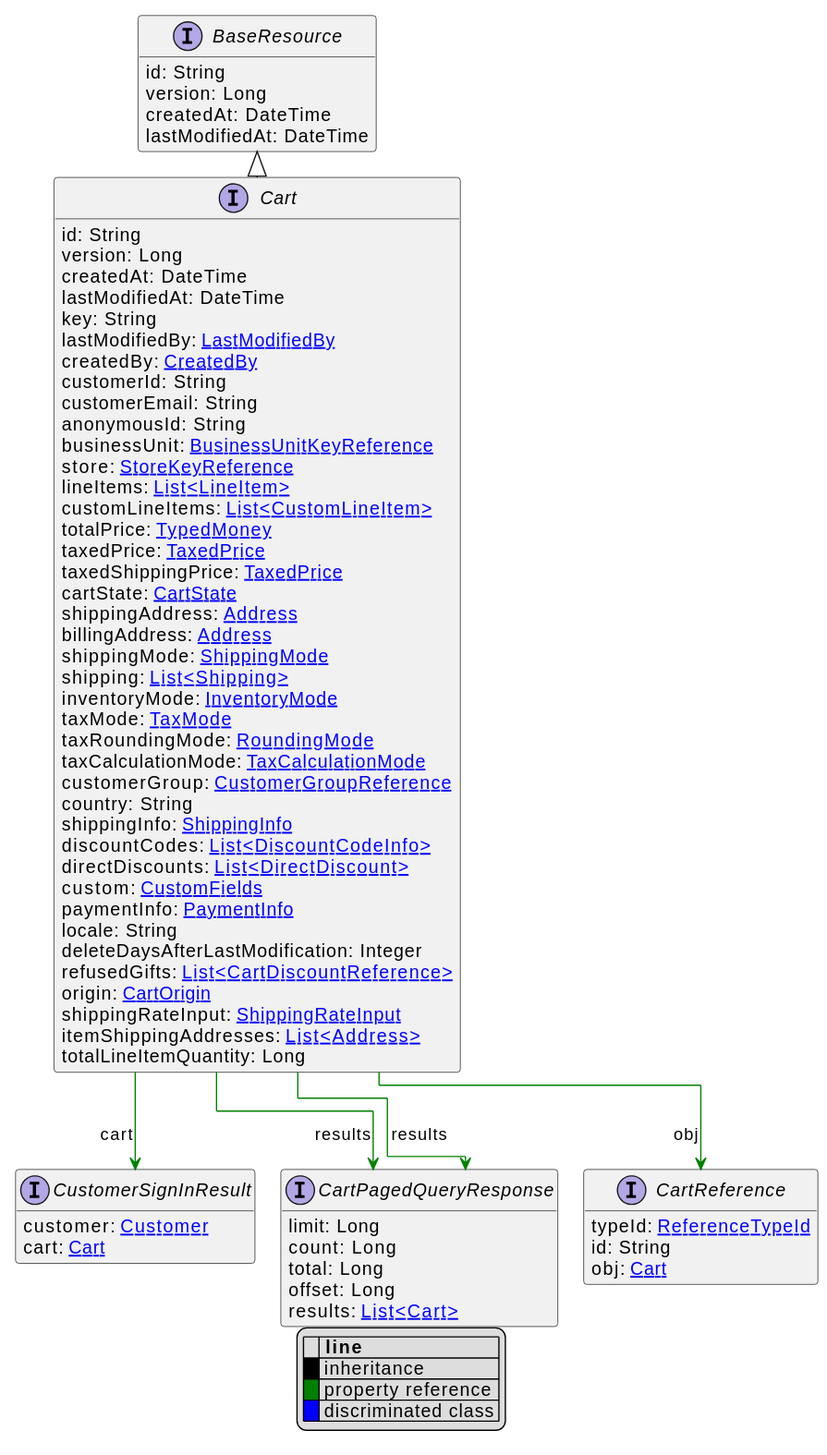
The PlantUML diagram uml/api/svg/Cart.svg in commercetools/commercetools-api-reference, before a commit. Source of this version:
```plantuml
@startuml
!pragma layout elk
hide empty fields
hide empty methods
legend
|= |= line |
|<back:black>   </back>| inheritance |
|<back:green>   </back>| property reference |
|<back:blue>   </back>| discriminated class |
endlegend
interface Cart [[Cart.svg]] extends BaseResource {
    id: String
    version: Long
    createdAt: DateTime
    lastModifiedAt: DateTime
    key: String
    lastModifiedBy: [[LastModifiedBy.svg LastModifiedBy]]
    createdBy: [[CreatedBy.svg CreatedBy]]
    customerId: String
    customerEmail: String
    anonymousId: String
    businessUnit: [[BusinessUnitKeyReference.svg BusinessUnitKeyReference]]
    store: [[StoreKeyReference.svg StoreKeyReference]]
    lineItems: [[LineItem.svg List<LineItem>]]
    customLineItems: [[CustomLineItem.svg List<CustomLineItem>]]
    totalPrice: [[TypedMoney.svg TypedMoney]]
    taxedPrice: [[TaxedPrice.svg TaxedPrice]]
    taxedShippingPrice: [[TaxedPrice.svg TaxedPrice]]
    cartState: [[CartState.svg CartState]]
    shippingAddress: [[Address.svg Address]]
    billingAddress: [[Address.svg Address]]
    shippingMode: [[ShippingMode.svg ShippingMode]]
    shipping: [[Shipping.svg List<Shipping>]]
    inventoryMode: [[InventoryMode.svg InventoryMode]]
    taxMode: [[TaxMode.svg TaxMode]]
    taxRoundingMode: [[RoundingMode.svg RoundingMode]]
    taxCalculationMode: [[TaxCalculationMode.svg TaxCalculationMode]]
    customerGroup: [[CustomerGroupReference.svg CustomerGroupReference]]
    country: String
    shippingInfo: [[ShippingInfo.svg ShippingInfo]]
    discountCodes: [[DiscountCodeInfo.svg List<DiscountCodeInfo>]]
    directDiscounts: [[DirectDiscount.svg List<DirectDiscount>]]
    custom: [[CustomFields.svg CustomFields]]
    paymentInfo: [[PaymentInfo.svg PaymentInfo]]
    locale: String
    deleteDaysAfterLastModification: Integer
    refusedGifts: [[CartDiscountReference.svg List<CartDiscountReference>]]
    origin: [[CartOrigin.svg CartOrigin]]
    shippingRateInput: [[ShippingRateInput.svg ShippingRateInput]]
    itemShippingAddresses: [[Address.svg List<Address>]]
    totalLineItemQuantity: Long
}
interface BaseResource [[BaseResource.svg]]  {
    id: String
    version: Long
    createdAt: DateTime
    lastModifiedAt: DateTime
}


interface CartPagedQueryResponse [[CartPagedQueryResponse.svg]]  {
    limit: Long
    count: Long
    total: Long
    offset: Long
    results: [[Cart.svg List<Cart>]]
}
interface CartReference [[CartReference.svg]]  {
    typeId: [[ReferenceTypeId.svg ReferenceTypeId]]
    id: String
    obj: [[Cart.svg Cart]]
}
interface CustomerSignInResult [[CustomerSignInResult.svg]]  {
    customer: [[Customer.svg Customer]]
    cart: [[Cart.svg Cart]]
}

Cart --> CartPagedQueryResponse #green;text:green : "results"
Cart --> CartPagedQueryResponse #green;text:green : "results"
Cart --> CartReference #green;text:green : "obj"
Cart --> CustomerSignInResult #green;text:green : "cart"
@enduml
```
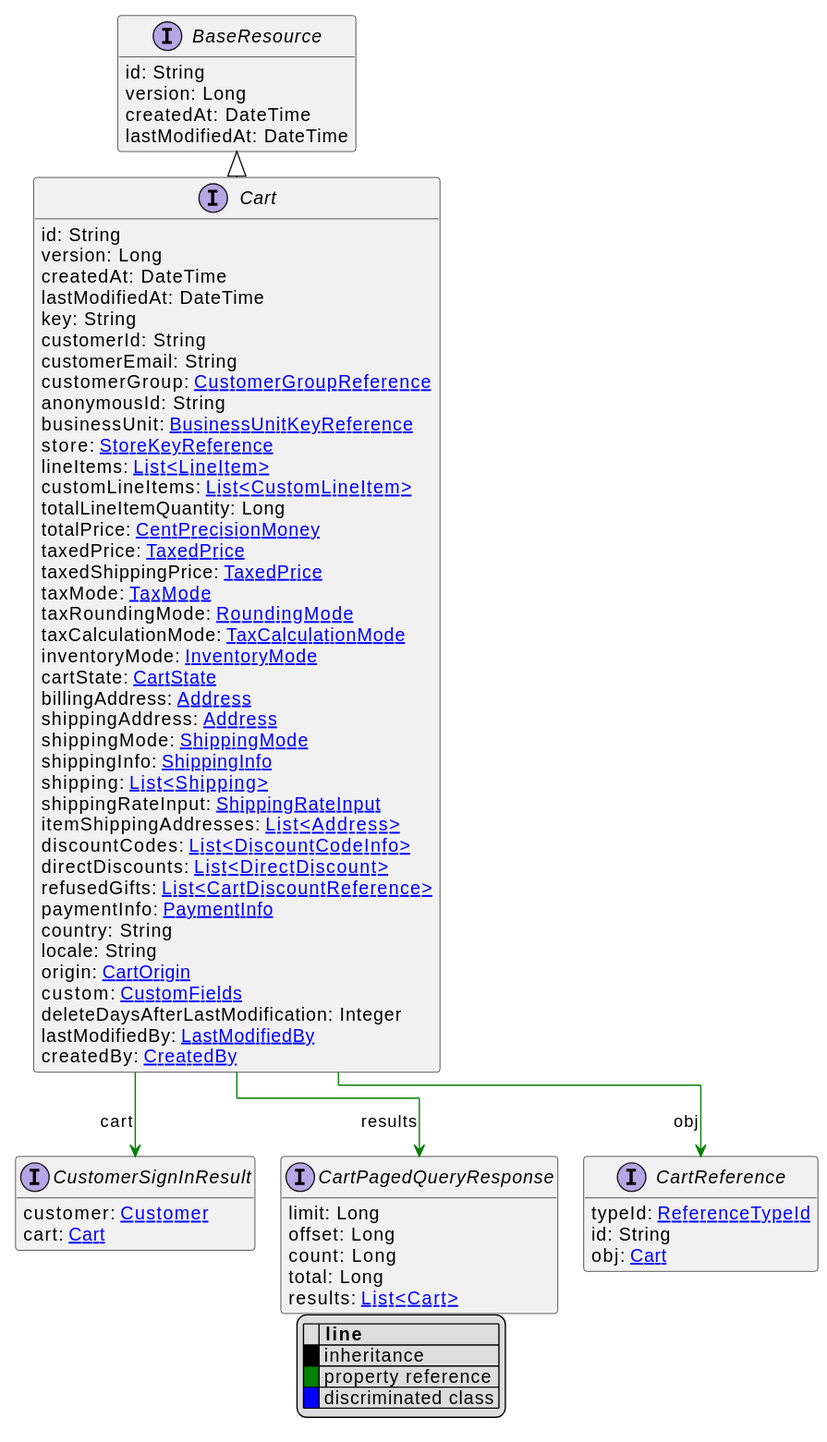
The same file after the commit.

Diff of the diagram source:
```diff
@@ -14,41 +14,41 @@
     createdAt: DateTime
     lastModifiedAt: DateTime
     key: String
-    lastModifiedBy: [[LastModifiedBy.svg LastModifiedBy]]
-    createdBy: [[CreatedBy.svg CreatedBy]]
     customerId: String
     customerEmail: String
+    customerGroup: [[CustomerGroupReference.svg CustomerGroupReference]]
     anonymousId: String
     businessUnit: [[BusinessUnitKeyReference.svg BusinessUnitKeyReference]]
     store: [[StoreKeyReference.svg StoreKeyReference]]
     lineItems: [[LineItem.svg List<LineItem>]]
     customLineItems: [[CustomLineItem.svg List<CustomLineItem>]]
-    totalPrice: [[TypedMoney.svg TypedMoney]]
+    totalLineItemQuantity: Long
+    totalPrice: [[CentPrecisionMoney.svg CentPrecisionMoney]]
     taxedPrice: [[TaxedPrice.svg TaxedPrice]]
     taxedShippingPrice: [[TaxedPrice.svg TaxedPrice]]
-    cartState: [[CartState.svg CartState]]
-    shippingAddress: [[Address.svg Address]]
-    billingAddress: [[Address.svg Address]]
-    shippingMode: [[ShippingMode.svg ShippingMode]]
-    shipping: [[Shipping.svg List<Shipping>]]
-    inventoryMode: [[InventoryMode.svg InventoryMode]]
     taxMode: [[TaxMode.svg TaxMode]]
     taxRoundingMode: [[RoundingMode.svg RoundingMode]]
     taxCalculationMode: [[TaxCalculationMode.svg TaxCalculationMode]]
-    customerGroup: [[CustomerGroupReference.svg CustomerGroupReference]]
-    country: String
+    inventoryMode: [[InventoryMode.svg InventoryMode]]
+    cartState: [[CartState.svg CartState]]
+    billingAddress: [[Address.svg Address]]
+    shippingAddress: [[Address.svg Address]]
+    shippingMode: [[ShippingMode.svg ShippingMode]]
     shippingInfo: [[ShippingInfo.svg ShippingInfo]]
+    shipping: [[Shipping.svg List<Shipping>]]
+    shippingRateInput: [[ShippingRateInput.svg ShippingRateInput]]
+    itemShippingAddresses: [[Address.svg List<Address>]]
     discountCodes: [[DiscountCodeInfo.svg List<DiscountCodeInfo>]]
     directDiscounts: [[DirectDiscount.svg List<DirectDiscount>]]
+    refusedGifts: [[CartDiscountReference.svg List<CartDiscountReference>]]
+    paymentInfo: [[PaymentInfo.svg PaymentInfo]]
+    country: String
+    locale: String
+    origin: [[CartOrigin.svg CartOrigin]]
     custom: [[CustomFields.svg CustomFields]]
-    paymentInfo: [[PaymentInfo.svg PaymentInfo]]
-    locale: String
     deleteDaysAfterLastModification: Integer
-    refusedGifts: [[CartDiscountReference.svg List<CartDiscountReference>]]
-    origin: [[CartOrigin.svg CartOrigin]]
-    shippingRateInput: [[ShippingRateInput.svg ShippingRateInput]]
-    itemShippingAddresses: [[Address.svg List<Address>]]
-    totalLineItemQuantity: Long
+    lastModifiedBy: [[LastModifiedBy.svg LastModifiedBy]]
+    createdBy: [[CreatedBy.svg CreatedBy]]
 }
 interface BaseResource [[BaseResource.svg]]  {
     id: String
@@ -60,9 +60,9 @@
 
 interface CartPagedQueryResponse [[CartPagedQueryResponse.svg]]  {
     limit: Long
+    offset: Long
     count: Long
     total: Long
-    offset: Long
     results: [[Cart.svg List<Cart>]]
 }
 interface CartReference [[CartReference.svg]]  {
@@ -76,7 +76,6 @@
 }
 
 Cart --> CartPagedQueryResponse #green;text:green : "results"
-Cart --> CartPagedQueryResponse #green;text:green : "results"
 Cart --> CartReference #green;text:green : "obj"
 Cart --> CustomerSignInResult #green;text:green : "cart"
 @enduml
```
